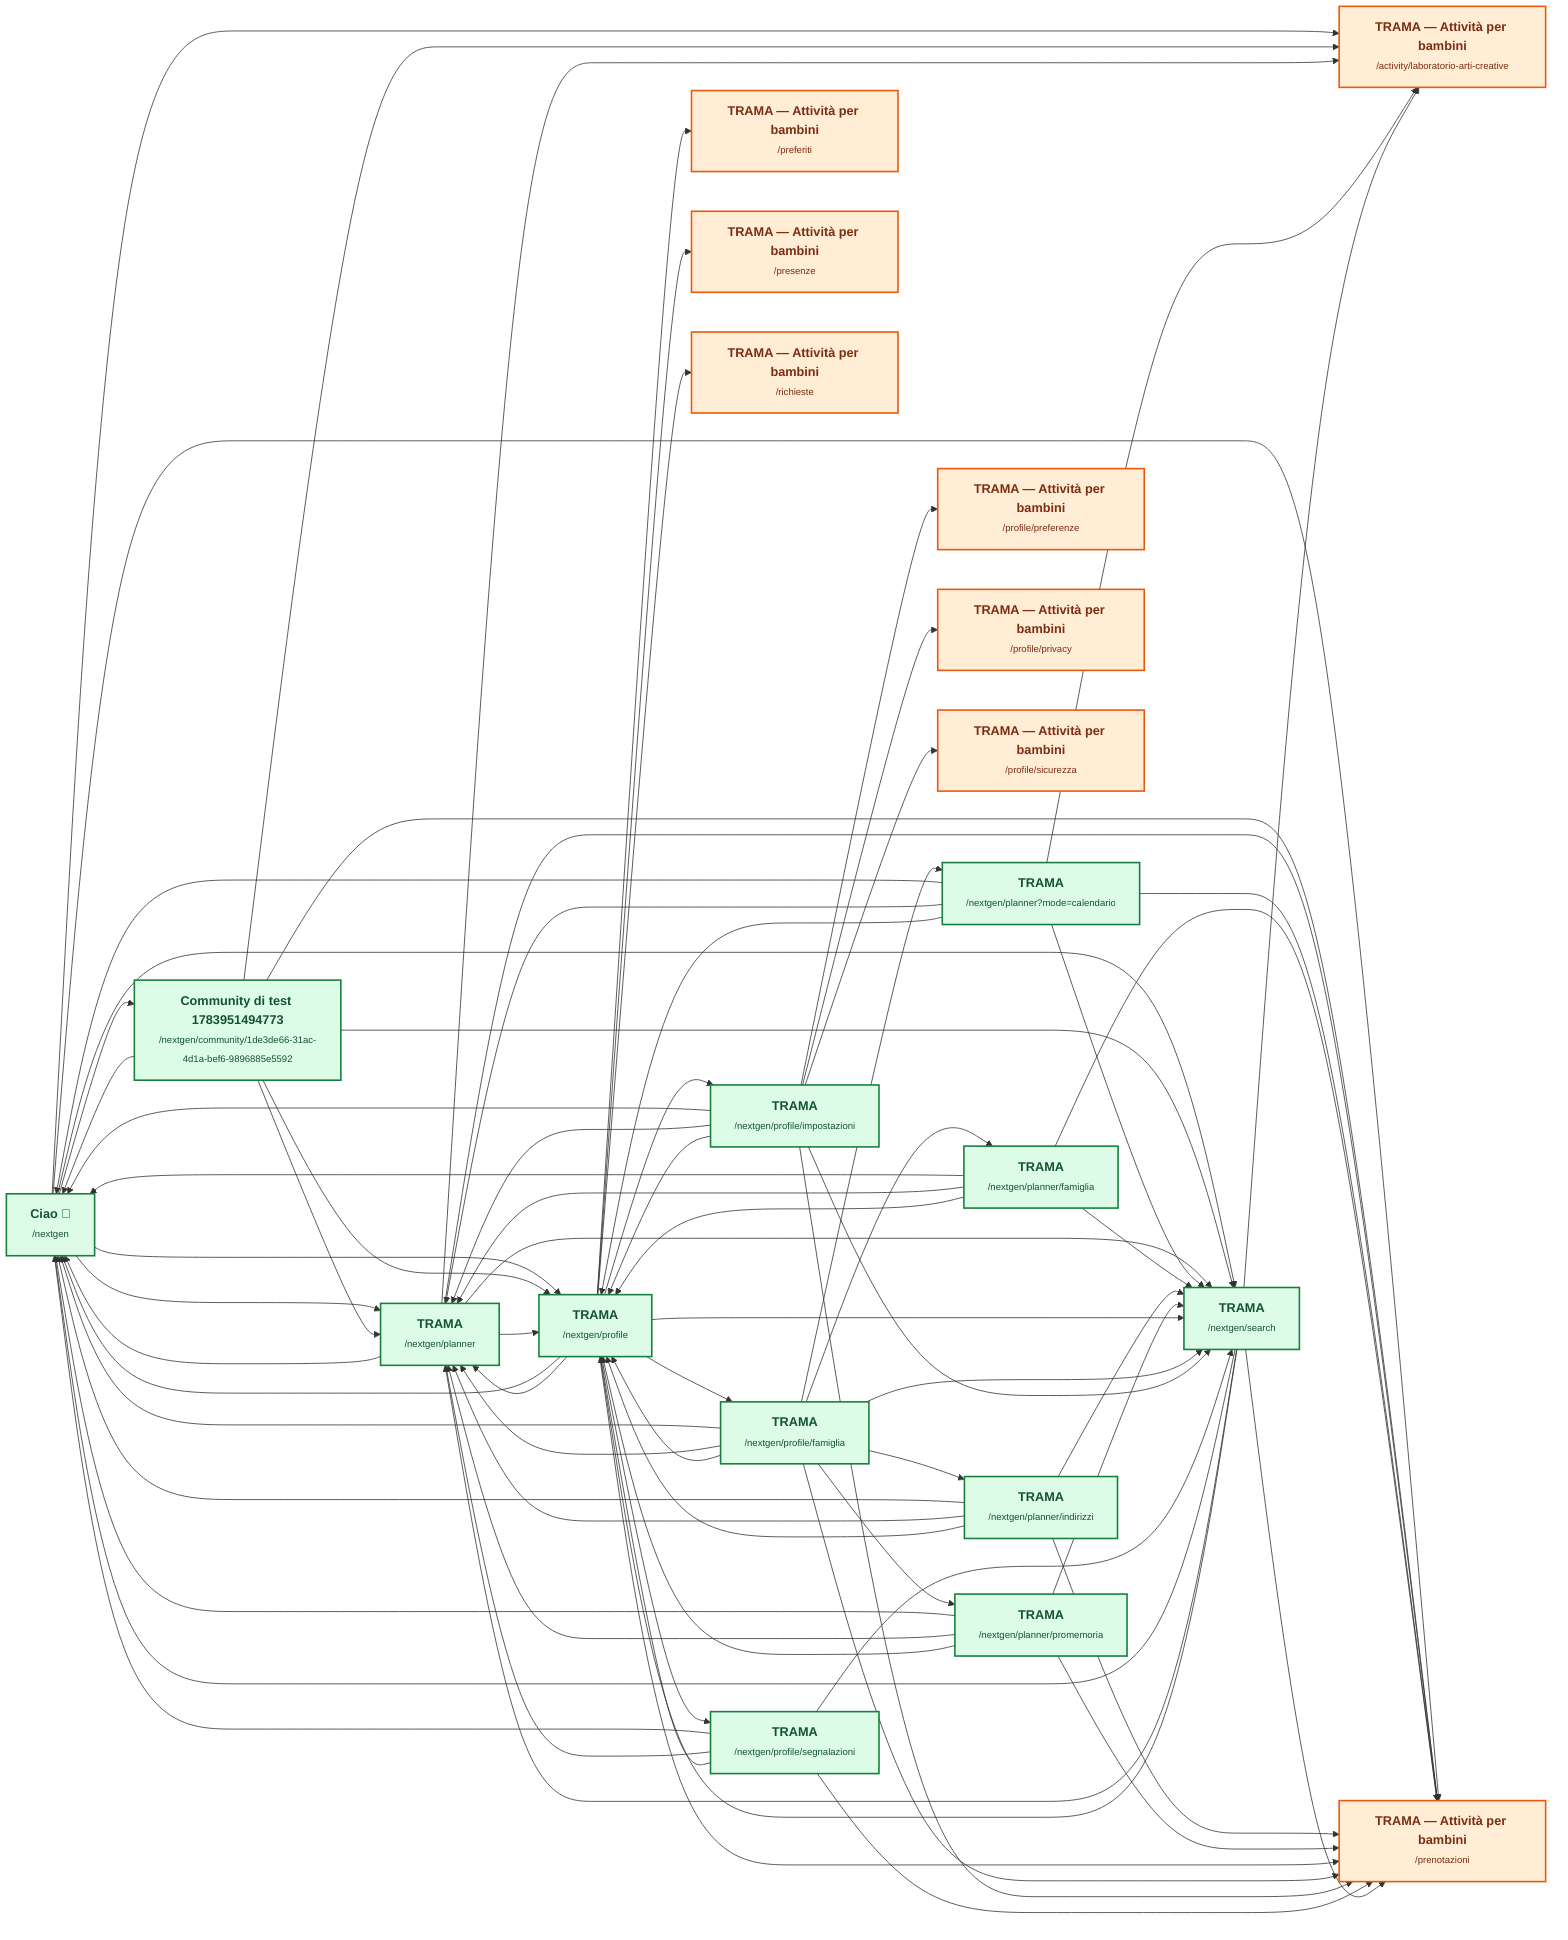
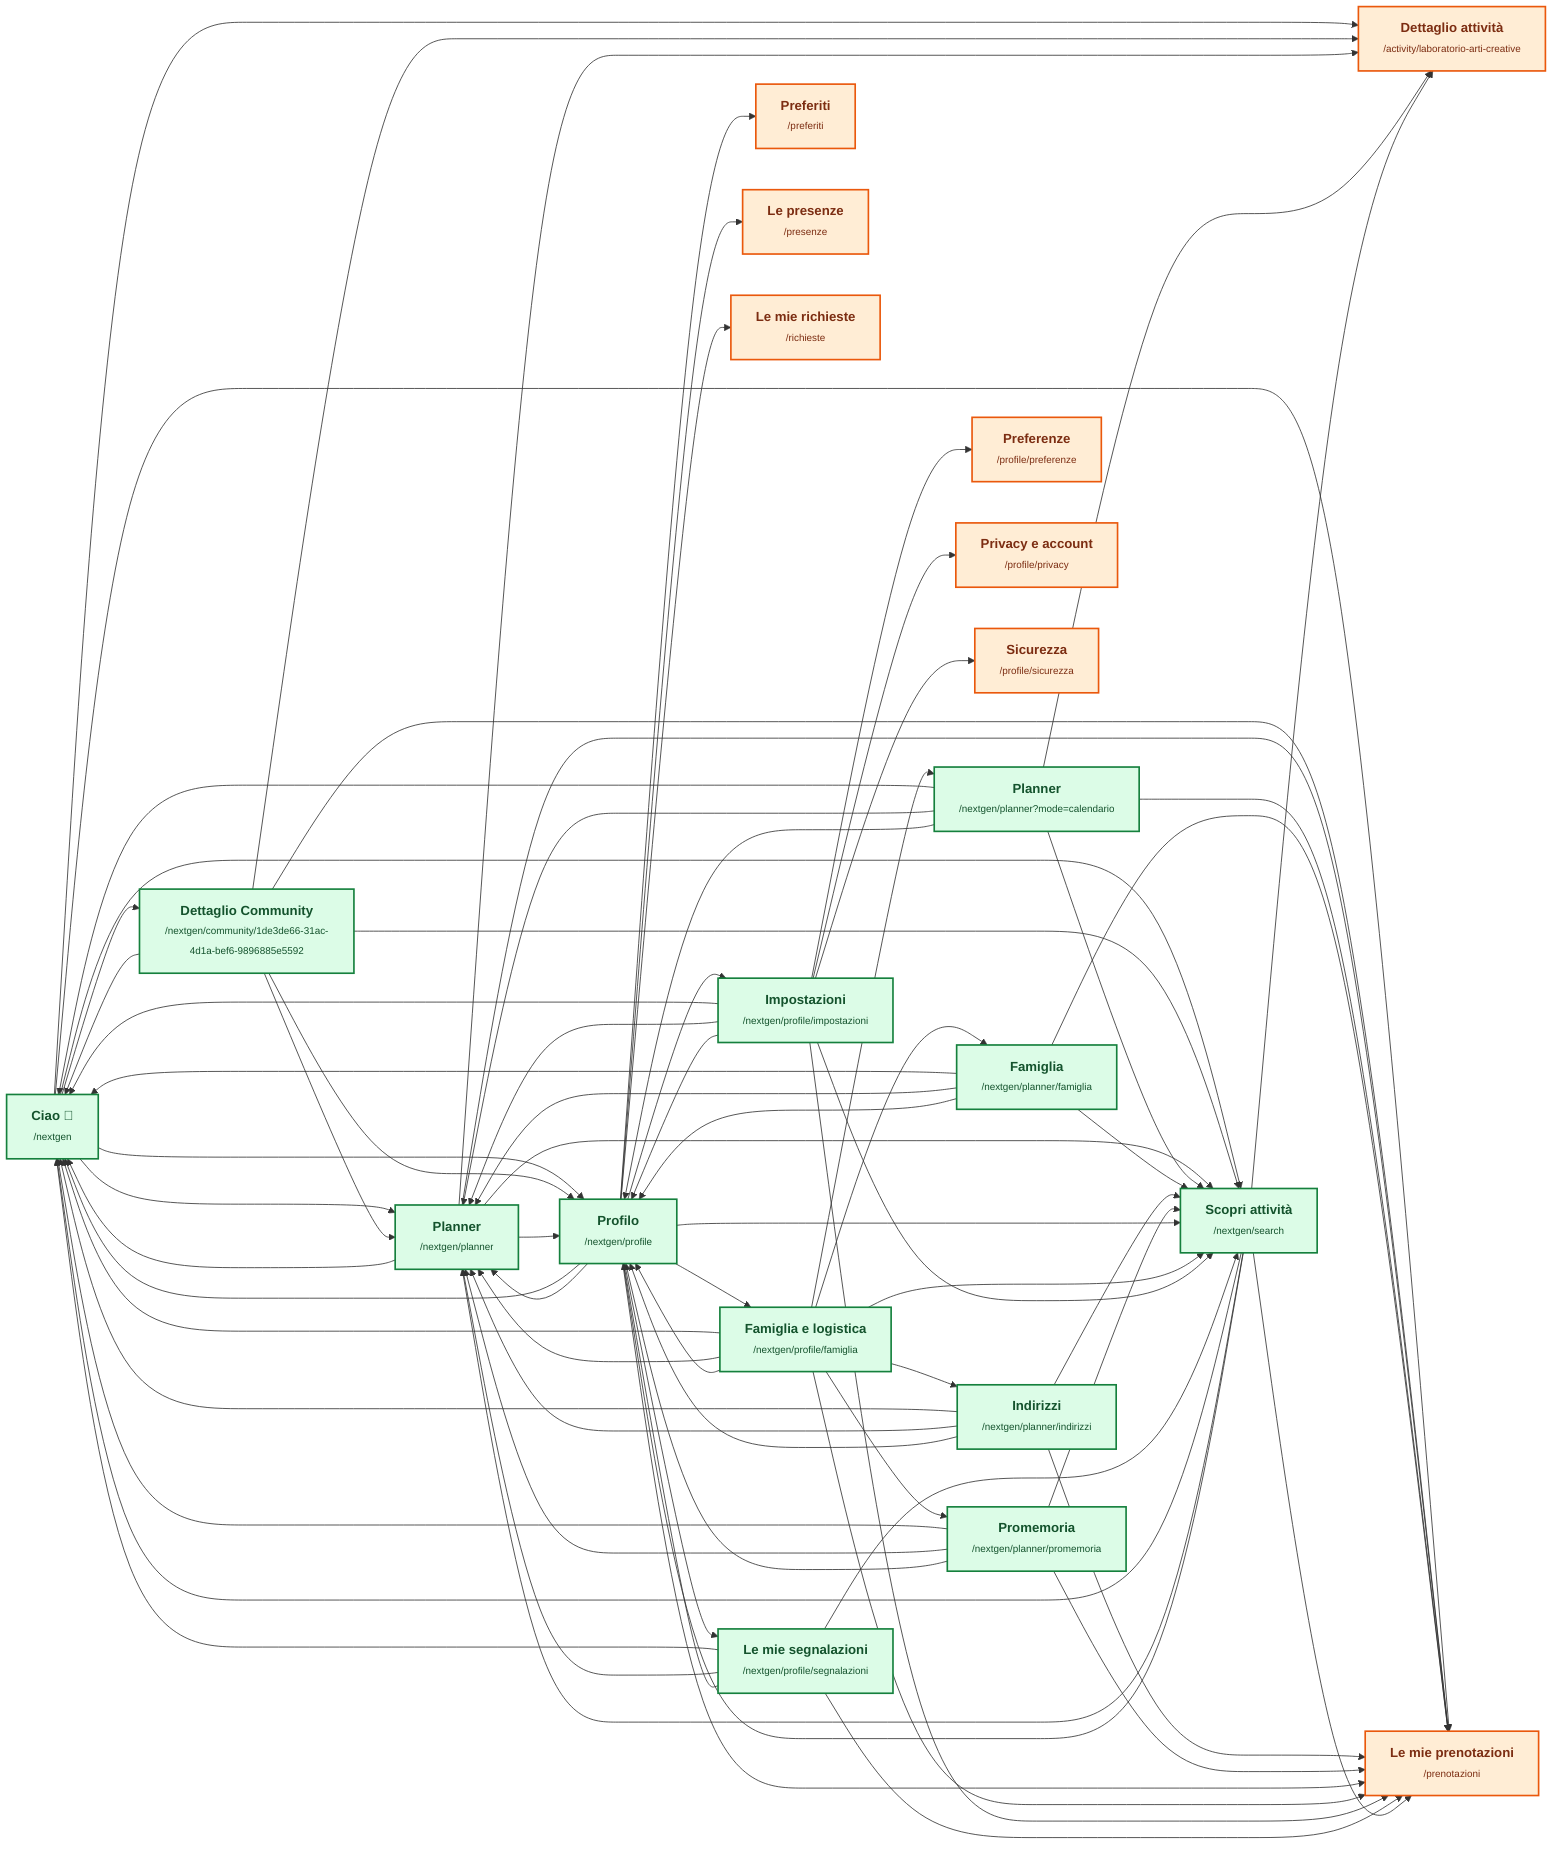
flowchart LR
-   N0["<b>TRAMA — Attività per bambini</b><br/><span style='font-size:12px'>/activity/laboratorio-arti-creative</span>"]:::legacy
+   N0["<b>Dettaglio attività</b><br/><span style='font-size:12px'>/activity/laboratorio-arti-creative</span>"]:::legacy
  N1["<b>Ciao 👋</b><br/><span style='font-size:12px'>/nextgen</span>"]:::nextgen
-   N2["<b>Community di test 1783951494773</b><br/><span style='font-size:12px'>/nextgen/community/1de3de66-31ac-4d1a-bef6-9896885e5592</span>"]:::nextgen
-   N3["<b>TRAMA</b><br/><span style='font-size:12px'>/nextgen/planner</span>"]:::nextgen
-   N4["<b>TRAMA</b><br/><span style='font-size:12px'>/nextgen/planner?mode=calendario</span>"]:::nextgen
-   N5["<b>TRAMA</b><br/><span style='font-size:12px'>/nextgen/planner/famiglia</span>"]:::nextgen
-   N6["<b>TRAMA</b><br/><span style='font-size:12px'>/nextgen/planner/indirizzi</span>"]:::nextgen
-   N7["<b>TRAMA</b><br/><span style='font-size:12px'>/nextgen/planner/promemoria</span>"]:::nextgen
-   N8["<b>TRAMA</b><br/><span style='font-size:12px'>/nextgen/profile</span>"]:::nextgen
-   N9["<b>TRAMA</b><br/><span style='font-size:12px'>/nextgen/profile/famiglia</span>"]:::nextgen
-   N10["<b>TRAMA</b><br/><span style='font-size:12px'>/nextgen/profile/impostazioni</span>"]:::nextgen
-   N11["<b>TRAMA</b><br/><span style='font-size:12px'>/nextgen/profile/segnalazioni</span>"]:::nextgen
-   N12["<b>TRAMA</b><br/><span style='font-size:12px'>/nextgen/search</span>"]:::nextgen
-   N13["<b>TRAMA — Attività per bambini</b><br/><span style='font-size:12px'>/preferiti</span>"]:::legacy
-   N14["<b>TRAMA — Attività per bambini</b><br/><span style='font-size:12px'>/prenotazioni</span>"]:::legacy
-   N15["<b>TRAMA — Attività per bambini</b><br/><span style='font-size:12px'>/presenze</span>"]:::legacy
-   N16["<b>TRAMA — Attività per bambini</b><br/><span style='font-size:12px'>/profile/preferenze</span>"]:::legacy
-   N17["<b>TRAMA — Attività per bambini</b><br/><span style='font-size:12px'>/profile/privacy</span>"]:::legacy
-   N18["<b>TRAMA — Attività per bambini</b><br/><span style='font-size:12px'>/profile/sicurezza</span>"]:::legacy
-   N19["<b>TRAMA — Attività per bambini</b><br/><span style='font-size:12px'>/richieste</span>"]:::legacy
+   N2["<b>Dettaglio Community</b><br/><span style='font-size:12px'>/nextgen/community/1de3de66-31ac-4d1a-bef6-9896885e5592</span>"]:::nextgen
+   N3["<b>Planner</b><br/><span style='font-size:12px'>/nextgen/planner</span>"]:::nextgen
+   N4["<b>Planner</b><br/><span style='font-size:12px'>/nextgen/planner?mode=calendario</span>"]:::nextgen
+   N5["<b>Famiglia</b><br/><span style='font-size:12px'>/nextgen/planner/famiglia</span>"]:::nextgen
+   N6["<b>Indirizzi</b><br/><span style='font-size:12px'>/nextgen/planner/indirizzi</span>"]:::nextgen
+   N7["<b>Promemoria</b><br/><span style='font-size:12px'>/nextgen/planner/promemoria</span>"]:::nextgen
+   N8["<b>Profilo</b><br/><span style='font-size:12px'>/nextgen/profile</span>"]:::nextgen
+   N9["<b>Famiglia e logistica</b><br/><span style='font-size:12px'>/nextgen/profile/famiglia</span>"]:::nextgen
+   N10["<b>Impostazioni</b><br/><span style='font-size:12px'>/nextgen/profile/impostazioni</span>"]:::nextgen
+   N11["<b>Le mie segnalazioni</b><br/><span style='font-size:12px'>/nextgen/profile/segnalazioni</span>"]:::nextgen
+   N12["<b>Scopri attività</b><br/><span style='font-size:12px'>/nextgen/search</span>"]:::nextgen
+   N13["<b>Preferiti</b><br/><span style='font-size:12px'>/preferiti</span>"]:::legacy
+   N14["<b>Le mie prenotazioni</b><br/><span style='font-size:12px'>/prenotazioni</span>"]:::legacy
+   N15["<b>Le presenze</b><br/><span style='font-size:12px'>/presenze</span>"]:::legacy
+   N16["<b>Preferenze</b><br/><span style='font-size:12px'>/profile/preferenze</span>"]:::legacy
+   N17["<b>Privacy e account</b><br/><span style='font-size:12px'>/profile/privacy</span>"]:::legacy
+   N18["<b>Sicurezza</b><br/><span style='font-size:12px'>/profile/sicurezza</span>"]:::legacy
+   N19["<b>Le mie richieste</b><br/><span style='font-size:12px'>/richieste</span>"]:::legacy
  N1 --> N0
  N1 --> N2
  N1 --> N3
  N1 --> N8
  N1 --> N12
  N1 --> N14
  N2 --> N0
  N2 --> N1
  N2 --> N3
  N2 --> N8
  N2 --> N12
  N2 --> N14
  N3 --> N0
  N3 --> N1
  N3 --> N8
  N3 --> N12
  N3 --> N14
  N4 --> N0
  N4 --> N1
  N4 --> N3
  N4 --> N8
  N4 --> N12
  N4 --> N14
  N5 --> N1
  N5 --> N3
  N5 --> N8
  N5 --> N12
  N5 --> N14
  N6 --> N1
  N6 --> N3
  N6 --> N8
  N6 --> N12
  N6 --> N14
  N7 --> N1
  N7 --> N3
  N7 --> N8
  N7 --> N12
  N7 --> N14
  N8 --> N1
  N8 --> N3
  N8 --> N9
  N8 --> N10
  N8 --> N11
  N8 --> N12
  N8 --> N13
  N8 --> N14
  N8 --> N15
  N8 --> N19
  N9 --> N1
  N9 --> N3
  N9 --> N4
  N9 --> N5
  N9 --> N6
  N9 --> N7
  N9 --> N8
  N9 --> N12
  N9 --> N14
  N10 --> N1
  N10 --> N3
  N10 --> N8
  N10 --> N12
  N10 --> N14
  N10 --> N16
  N10 --> N17
  N10 --> N18
  N11 --> N1
  N11 --> N3
  N11 --> N8
  N11 --> N12
  N11 --> N14
  N12 --> N0
  N12 --> N1
  N12 --> N3
  N12 --> N8
  N12 --> N14
  click N0 "https://buddykids-app.vercel.app/activity/laboratorio-arti-creative" "Apri pagina" _blank
  click N1 "https://buddykids-app.vercel.app/nextgen" "Apri pagina" _blank
  click N2 "https://buddykids-app.vercel.app/nextgen/community/1de3de66-31ac-4d1a-bef6-9896885e5592" "Apri pagina" _blank
  click N3 "https://buddykids-app.vercel.app/nextgen/planner" "Apri pagina" _blank
  click N4 "https://buddykids-app.vercel.app/nextgen/planner?mode=calendario" "Apri pagina" _blank
  click N5 "https://buddykids-app.vercel.app/nextgen/planner/famiglia" "Apri pagina" _blank
  click N6 "https://buddykids-app.vercel.app/nextgen/planner/indirizzi" "Apri pagina" _blank
  click N7 "https://buddykids-app.vercel.app/nextgen/planner/promemoria" "Apri pagina" _blank
  click N8 "https://buddykids-app.vercel.app/nextgen/profile" "Apri pagina" _blank
  click N9 "https://buddykids-app.vercel.app/nextgen/profile/famiglia" "Apri pagina" _blank
  click N10 "https://buddykids-app.vercel.app/nextgen/profile/impostazioni" "Apri pagina" _blank
  click N11 "https://buddykids-app.vercel.app/nextgen/profile/segnalazioni" "Apri pagina" _blank
  click N12 "https://buddykids-app.vercel.app/nextgen/search" "Apri pagina" _blank
  click N13 "https://buddykids-app.vercel.app/preferiti" "Apri pagina" _blank
  click N14 "https://buddykids-app.vercel.app/prenotazioni" "Apri pagina" _blank
  click N15 "https://buddykids-app.vercel.app/presenze" "Apri pagina" _blank
  click N16 "https://buddykids-app.vercel.app/profile/preferenze" "Apri pagina" _blank
  click N17 "https://buddykids-app.vercel.app/profile/privacy" "Apri pagina" _blank
  click N18 "https://buddykids-app.vercel.app/profile/sicurezza" "Apri pagina" _blank
  click N19 "https://buddykids-app.vercel.app/richieste" "Apri pagina" _blank

  classDef nextgen fill:#dcfce7,stroke:#15803d,stroke-width:2px,color:#14532d;
  classDef legacy fill:#ffedd5,stroke:#ea580c,stroke-width:2px,color:#7c2d12;
  classDef partner fill:#dbeafe,stroke:#2563eb,stroke-width:2px,color:#1e3a8a;
  classDef admin fill:#f3e8ff,stroke:#9333ea,stroke-width:2px,color:#581c87;
  %% Verde = Next Gen; arancione = Legacy richiamata